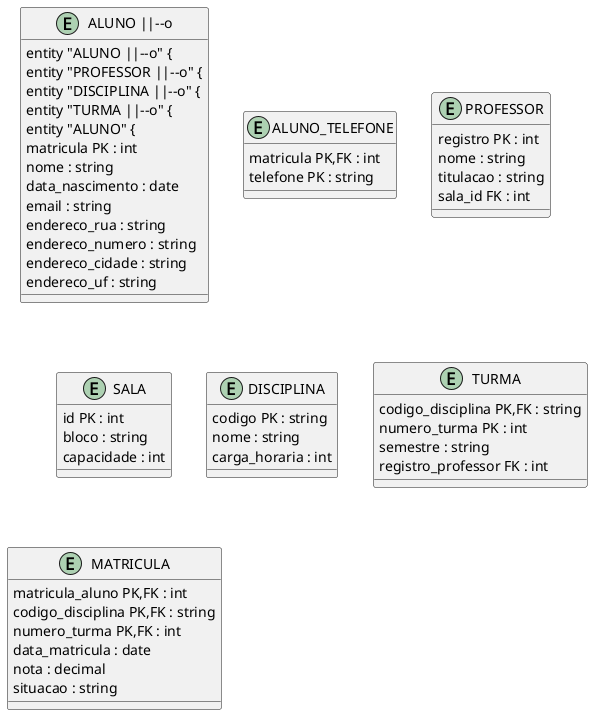
The PlantUML diagram class07/diagrams/BD-07-MapeamentoLogico.png in giovanebarcelos/bd-sandbox, before a commit.
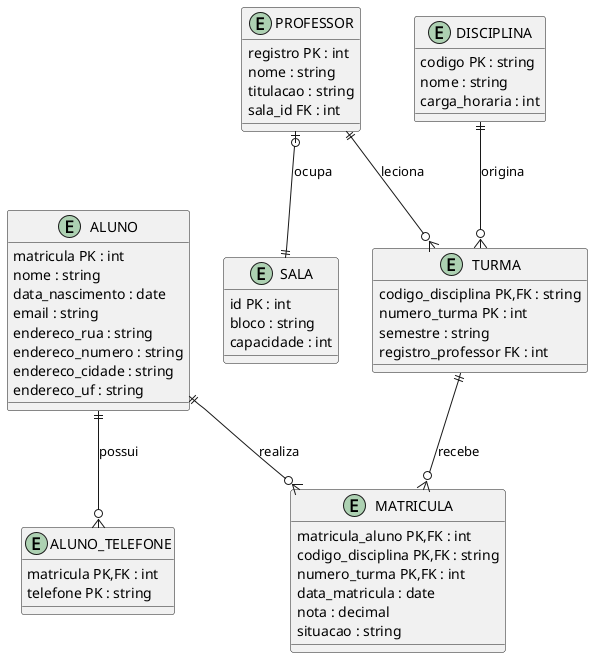
Later version of the same file.

Change to the diagram source:
```diff
@@ -1,11 +1,6 @@
 @startuml
 
 
-entity "ALUNO ||--o" {
-entity "ALUNO ||--o" {
-entity "PROFESSOR ||--o" {
-entity "DISCIPLINA ||--o" {
-entity "TURMA ||--o" {
 entity "ALUNO" {
   matricula PK : int
   nome : string
@@ -50,4 +45,10 @@
   nota : decimal
   situacao : string
 }
+ALUNO ||--o{ ALUNO_TELEFONE : possui
+ALUNO ||--o{ MATRICULA : realiza
+PROFESSOR |o--|| SALA : ocupa
+PROFESSOR ||--o{ TURMA : leciona
+DISCIPLINA ||--o{ TURMA : origina
+TURMA ||--o{ MATRICULA : recebe
 @enduml
```
